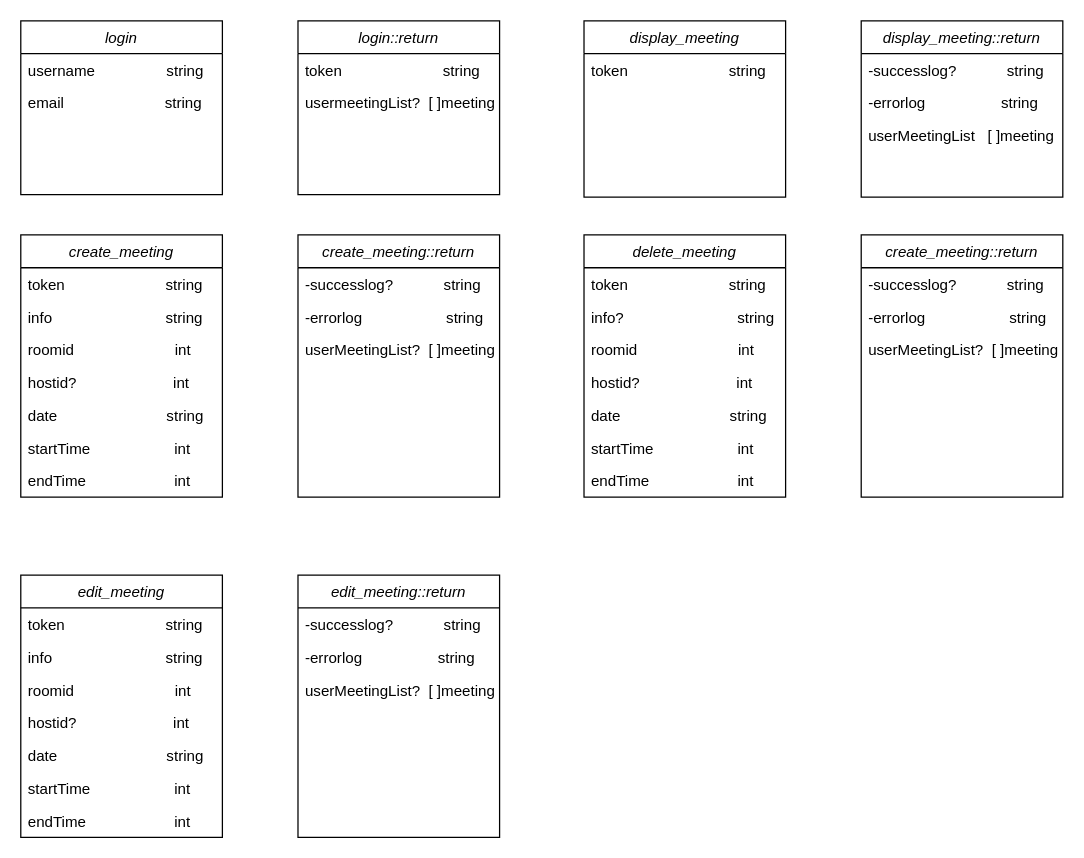
Earlier version of the draw.io diagram Untitled Diagram.drawio (b10815061/VRRA). Source tidied: cells renumbered, new cells numbered last; positions are measured from the earlier drawing's top-left corner, leaving out a move shared by most shapes. Both pictures are drawn from the tidied source at 126%, with x=0, y=0 at pixel (20, 20).
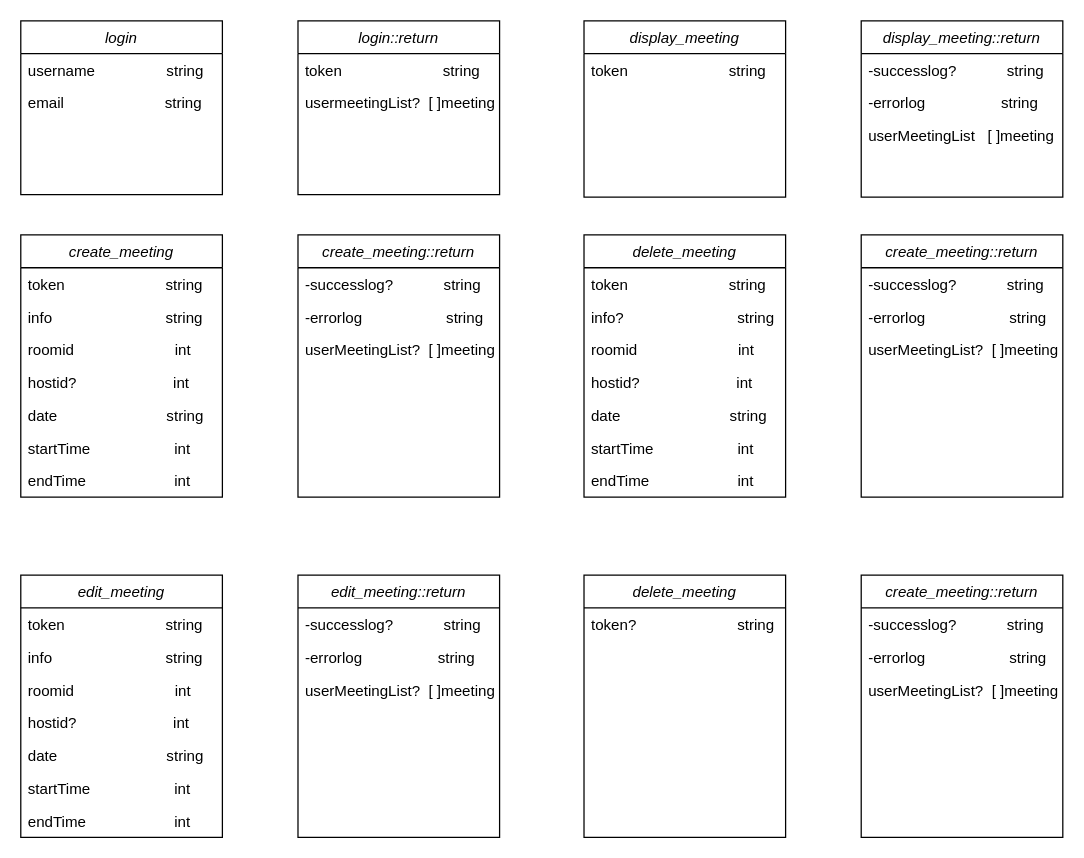
The same page after the edit.

Diff of the diagram source:
```diff
@@
+    <mxCell id="50" value="delete_meeting" style="swimlane;fontStyle=2;align=center;verticalAlign=top;horizontal=1;startSize=26;rounded=0;shadow=0;strokeWidth=1;" parent="1" vertex="1">
+      <mxGeometry x="447" y="440" width="160" height="208" as="geometry" />
+    </mxCell>
+    <mxCell id="51" value="token?                        string" style="text;align=left;verticalAlign=top;spacingLeft=4;spacingRight=4;overflow=hidden;" parent="50" vertex="1">
+      <mxGeometry y="26" width="160" height="26" as="geometry" />
+    </mxCell>
+    <mxCell id="52" value="create_meeting::return" style="swimlane;fontStyle=2;align=center;verticalAlign=top;horizontal=1;startSize=26;rounded=0;shadow=0;strokeWidth=1;" parent="1" vertex="1">
+      <mxGeometry x="667" y="440" width="160" height="208" as="geometry" />
+    </mxCell>
+    <mxCell id="53" value="-successlog?            string" style="text;align=left;verticalAlign=top;spacingLeft=4;spacingRight=4;overflow=hidden;" parent="52" vertex="1">
+      <mxGeometry y="26" width="160" height="26" as="geometry" />
+    </mxCell>
+    <mxCell id="54" value="-errorlog                    string" style="text;align=left;verticalAlign=top;spacingLeft=4;spacingRight=4;overflow=hidden;" parent="52" vertex="1">
+      <mxGeometry y="52" width="160" height="26" as="geometry" />
+    </mxCell>
+    <mxCell id="55" value="userMeetingList?  [ ]meeting" style="text;align=left;verticalAlign=top;spacingLeft=4;spacingRight=4;overflow=hidden;rounded=0;shadow=0;html=0;" parent="52" vertex="1">
+      <mxGeometry y="78" width="160" height="26" as="geometry" />
+    </mxCell>
```
